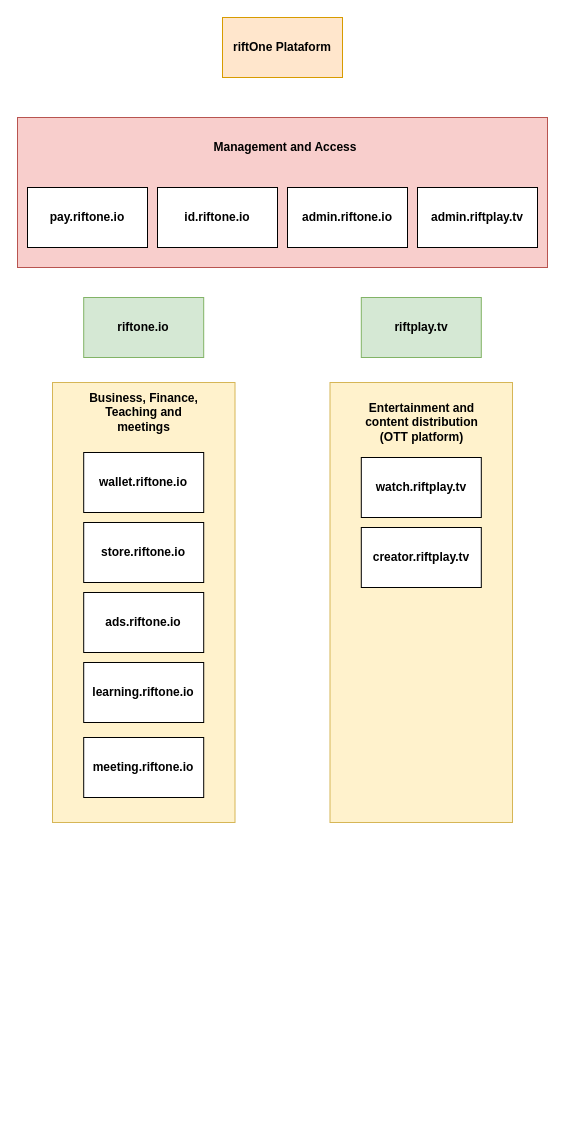
This is Untitled Diagram.drawio from EricksonVaz/riftone-system, a draw.io file, before an edit. Source tidied: cells renumbered, new cells numbered last; positions are measured from the earlier drawing's top-left corner, leaving out a move shared by most shapes. Both pictures are drawn from the tidied source at 100%, with x=0, y=0 at pixel (17, 17).
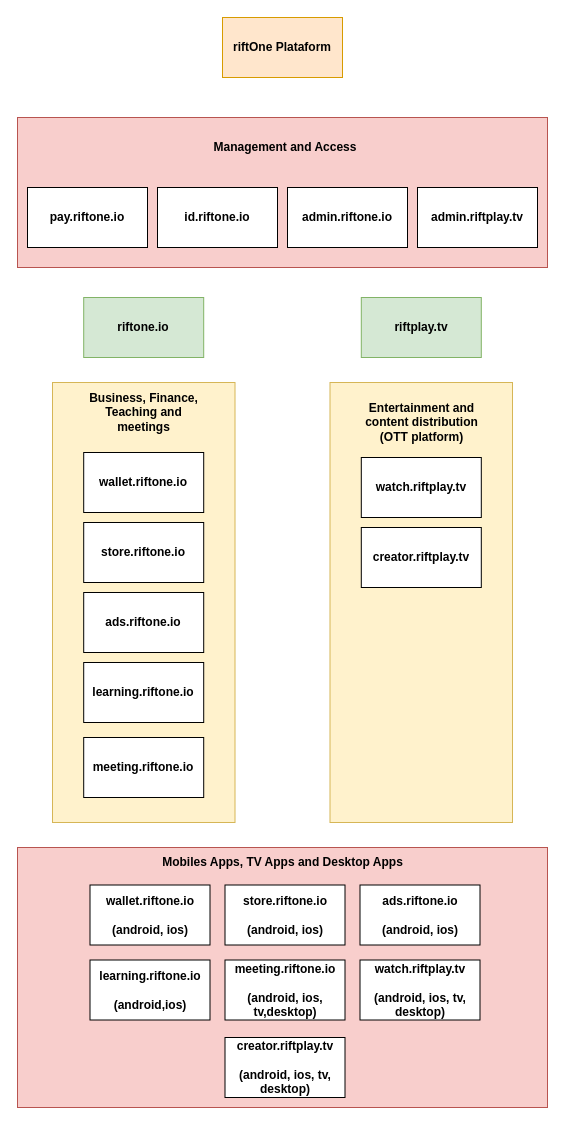
The same diagram, later.

Commit message:
add mobiles apps

Change to the diagram source:
```diff
@@
+    <mxCell id="22" style="rounded=0;whiteSpace=wrap;html=1;fillColor=#f8cecc;strokeColor=#b85450;" parent="1" vertex="1">
+      <mxGeometry y="830" width="530" height="260" as="geometry" />
+    </mxCell>
+    <mxCell id="23" value="Mobiles Apps, TV Apps and Desktop Apps" style="text;html=1;strokeColor=none;fillColor=none;align=center;verticalAlign=middle;whiteSpace=wrap;rounded=0;fontColor=#000000;fontStyle=1;" parent="1" vertex="1">
+      <mxGeometry x="134" y="830" width="262.5" height="30" as="geometry" />
+    </mxCell>
+    <mxCell id="24" value="&lt;div&gt;wallet.riftone.io&lt;/div&gt;&lt;div&gt;&lt;br&gt;&lt;/div&gt;&lt;div&gt;(android, ios)&lt;/div&gt;" style="rounded=0;whiteSpace=wrap;html=1;fontStyle=1;" parent="1" vertex="1">
+      <mxGeometry x="72.5" y="867.5" width="120" height="60" as="geometry" />
+    </mxCell>
+    <mxCell id="25" value="&lt;div&gt;store.riftone.io&lt;/div&gt;&lt;div&gt;&lt;br&gt;&lt;/div&gt;&lt;div&gt;(android, ios)&lt;br&gt;&lt;/div&gt;" style="rounded=0;whiteSpace=wrap;html=1;fontStyle=1;" parent="1" vertex="1">
+      <mxGeometry x="207.5" y="867.5" width="120" height="60" as="geometry" />
+    </mxCell>
+    <mxCell id="26" value="&lt;div&gt;ads.riftone.io&lt;/div&gt;&lt;div&gt;&lt;br&gt;&lt;/div&gt;&lt;div&gt;(android, ios)&lt;br&gt;&lt;/div&gt;" style="rounded=0;whiteSpace=wrap;html=1;fontStyle=1;" parent="1" vertex="1">
+      <mxGeometry x="342.5" y="867.5" width="120" height="60" as="geometry" />
+    </mxCell>
+    <mxCell id="27" value="&lt;div&gt;learning.riftone.io&lt;/div&gt;&lt;div&gt;&lt;br&gt;&lt;/div&gt;&lt;div&gt;(android,ios)&lt;br&gt;&lt;/div&gt;" style="rounded=0;whiteSpace=wrap;html=1;fontStyle=1;" parent="1" vertex="1">
+      <mxGeometry x="72.5" y="942.5" width="120" height="60" as="geometry" />
+    </mxCell>
+    <mxCell id="28" value="&lt;div&gt;meeting.riftone.io&lt;/div&gt;&lt;div&gt;&lt;br&gt;&lt;/div&gt;&lt;div&gt;(android, ios, tv,desktop)&lt;br&gt;&lt;/div&gt;" style="rounded=0;whiteSpace=wrap;html=1;fontStyle=1;" parent="1" vertex="1">
+      <mxGeometry x="207.5" y="942.5" width="120" height="60" as="geometry" />
+    </mxCell>
+    <mxCell id="29" value="&lt;div&gt;watch.riftplay.tv&lt;/div&gt;&lt;div&gt;&lt;br&gt;&lt;/div&gt;&lt;div&gt;(android, ios, tv, desktop)&lt;br&gt;&lt;/div&gt;" style="rounded=0;whiteSpace=wrap;html=1;fontStyle=1;" parent="1" vertex="1">
+      <mxGeometry x="342.5" y="942.5" width="120" height="60" as="geometry" />
+    </mxCell>
+    <mxCell id="30" value="&lt;div&gt;creator.riftplay.tv&lt;/div&gt;&lt;div&gt;&lt;br&gt;&lt;/div&gt;&lt;div&gt;(android, ios, tv, desktop)&lt;br&gt;&lt;/div&gt;" style="rounded=0;whiteSpace=wrap;html=1;fontStyle=1;" parent="1" vertex="1">
+      <mxGeometry x="207.5" y="1020" width="120" height="60" as="geometry" />
+    </mxCell>
```
